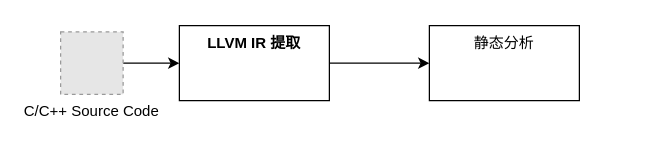
William-Practice/William-Practice keeps this draw.io diagram as 流程图314.drawio. Above is the earlier version. Source tidied: cells renumbered, new cells numbered last; positions are measured from the earlier drawing's top-left corner, leaving out a move shared by most shapes. Both pictures are drawn from the tidied source at 125%, with x=0, y=0 at pixel (60, 25). Pictures stored in the file or linked from it are replaced by grey dashed boxes.
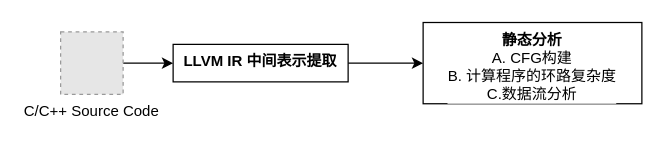
After the change.

Commit message:
更新流程图314.drawio

Diff of the diagram source:
```diff
@@
 <mxGraphModel>
   <root>
     <mxCell id="0" />
     <mxCell id="1" parent="0" />
     <mxCell id="2" style="edgeStyle=orthogonalEdgeStyle;rounded=0;jettySize=auto;html=1;" parent="1" edge="1" source="3" target="5">
       <mxGeometry relative="1" as="geometry" />
     </mxCell>
     <mxCell id="3" value="C/C++ Source Code" style="fillColor=#E6E6E6;strokeColor=#999999;dashed=1;verticalLabelPosition=bottom;labelBackgroundColor=default;verticalAlign=top;" parent="1" vertex="1">
       <mxGeometry y="5" width="50" height="50" as="geometry" />
     </mxCell>
     <mxCell id="4" style="edgeStyle=orthogonalEdgeStyle;rounded=0;jettySize=auto;html=1;" parent="1" edge="1" source="5" target="6">
       <mxGeometry relative="1" as="geometry" />
     </mxCell>
-    <mxCell id="5" value="&lt;b&gt;LLVM IR 提取&lt;/b&gt;" style="whiteSpace=wrap;html=1;verticalAlign=top;labelBackgroundColor=default;" parent="1" vertex="1">
-      <mxGeometry x="95" width="120" height="60" as="geometry" />
+    <mxCell id="5" value="&lt;b&gt;LLVM IR&amp;nbsp;中间表示提取&lt;/b&gt;" style="whiteSpace=wrap;html=1;verticalAlign=top;labelBackgroundColor=default;" parent="1" vertex="1">
+      <mxGeometry x="90" y="15" width="140" height="30" as="geometry" />
     </mxCell>
-    <mxCell id="6" value="静态分析" style="whiteSpace=wrap;html=1;verticalAlign=top;labelBackgroundColor=default;" parent="1" vertex="1">
-      <mxGeometry x="295" width="120" height="60" as="geometry" />
+    <mxCell id="6" value="&lt;b&gt;静态分析&lt;/b&gt;&lt;br&gt;A. CFG构建&lt;br&gt;B.&amp;nbsp;计算程序的&lt;span style=&quot;&quot;&gt;环路复杂度&lt;br&gt;C.数据流分析&lt;/span&gt;" style="whiteSpace=wrap;html=1;verticalAlign=top;labelBackgroundColor=default;" parent="1" vertex="1">
+      <mxGeometry x="290" y="-2.5" width="175" height="65" as="geometry" />
     </mxCell>
   </root>
 </mxGraphModel>
```
